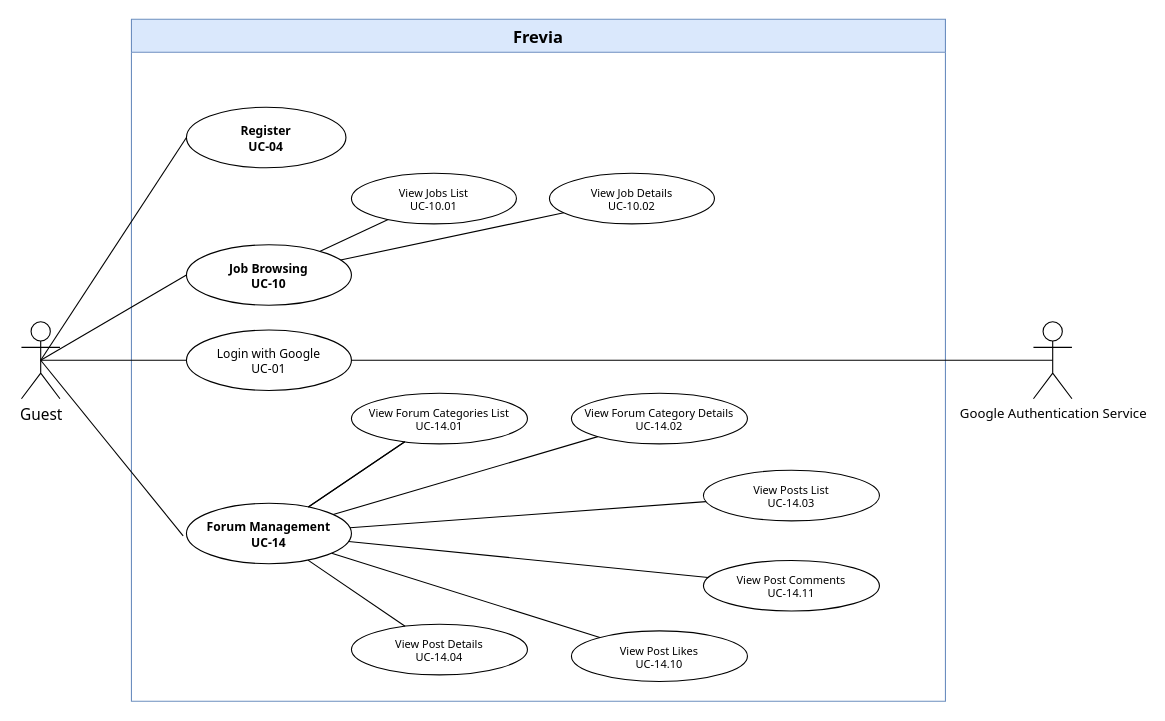
Thunggg/Frevia keeps this draw.io diagram as uc-diagrams/Guest.drawio. Above is the earlier version. Source tidied: cells renumbered, new cells numbered last; positions are measured from the earlier drawing's top-left corner, leaving out a move shared by most shapes. Both pictures are drawn from the tidied source at 110%, with x=0, y=0 at pixel (21, 19).
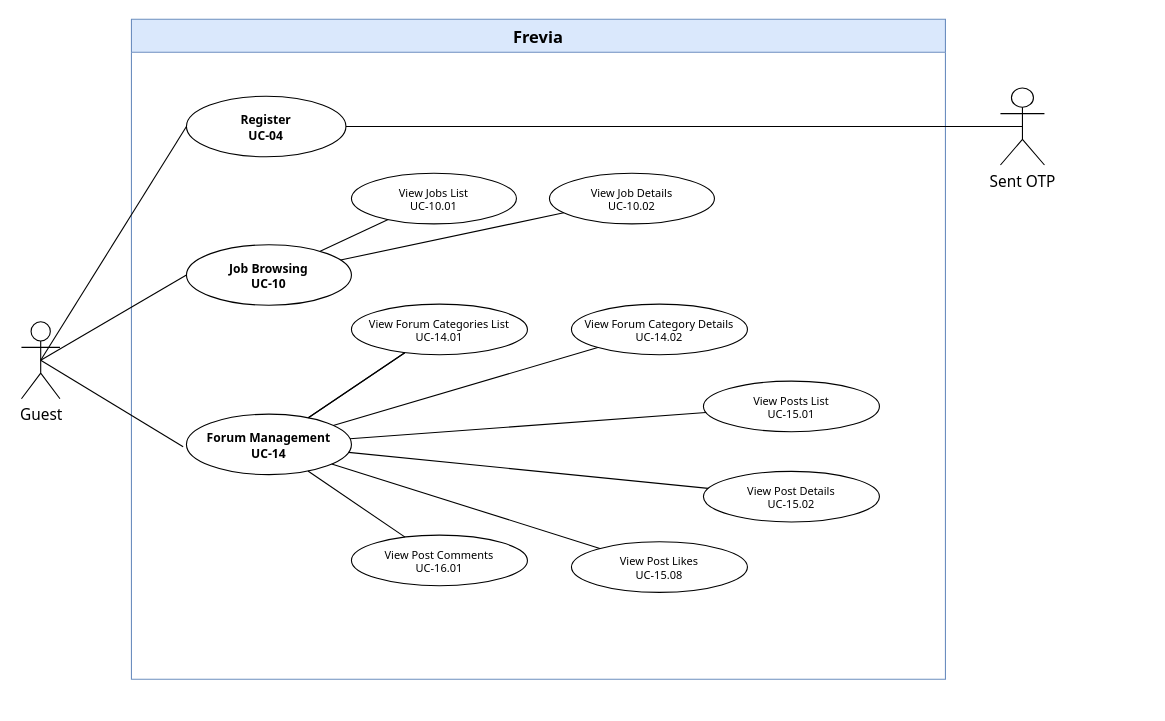
Above is the later version.

Unchanged cells that the change refers to:
```xml
<mxCell id="18" value="Guest" style="shape=umlActor;verticalLabelPosition=bottom;verticalAlign=top;html=1;outlineConnect=0;fontSize=14;fontFamily=Tahoma;" parent="1" vertex="1">
  <mxGeometry y="275" width="35" height="70" as="geometry" />
</mxCell>
```

The edit, as a diff of the source:
```diff
@@
     <mxCell id="2" value="Frevia" style="swimlane;whiteSpace=wrap;html=1;startSize=30;fontSize=15;fontFamily=Tahoma;fontStyle=1;fillColor=#dae8fc;strokeColor=#6c8ebf;" parent="1" vertex="1">
-      <mxGeometry x="100" width="740" height="620" as="geometry" />
+      <mxGeometry x="100" width="740" height="600" as="geometry" />
     </mxCell>
     <mxCell id="3" value="Register&#10;UC-04" style="ellipse;whiteSpace=wrap;html=1;fontSize=11;fontFamily=Tahoma;fontStyle=1;fillColor=#ffffff;strokeColor=#000000;" parent="2" vertex="1">
-      <mxGeometry x="50" y="80" width="145" height="55" as="geometry" />
+      <mxGeometry x="50" y="70" width="145" height="55" as="geometry" />
     </mxCell>
-    <mxCell id="4" value="Login with Google&#10;UC-01" style="ellipse;whiteSpace=wrap;html=1;fontSize=11;fontFamily=Tahoma;fontStyle=0;fillColor=#ffffff;strokeColor=#000000;" parent="2" vertex="1">
-      <mxGeometry x="50" y="282.5" width="150" height="55" as="geometry" />
-    </mxCell>
@@
     <mxCell id="8" value="Forum Management&#10;UC-14" style="ellipse;whiteSpace=wrap;html=1;fontSize=11;fontFamily=Tahoma;fontStyle=1;fillColor=#ffffff;strokeColor=#000000;" parent="2" vertex="1">
-      <mxGeometry x="50" y="440" width="150" height="55" as="geometry" />
+      <mxGeometry x="50" y="359" width="150" height="55" as="geometry" />
     </mxCell>
     <mxCell id="9" value="View Forum Category Details&#10;UC-14.02" style="ellipse;whiteSpace=wrap;html=1;fontSize=10;fontFamily=Tahoma;fillColor=#ffffff;strokeColor=#000000;" parent="2" vertex="1">
-      <mxGeometry x="400" y="340" width="160" height="46" as="geometry" />
+      <mxGeometry x="400" y="259" width="160" height="46" as="geometry" />
     </mxCell>
-    <mxCell id="10" value="View Posts List&#10;UC-14.03" style="ellipse;whiteSpace=wrap;html=1;fontSize=10;fontFamily=Tahoma;fillColor=#ffffff;strokeColor=#000000;" parent="2" vertex="1">
-      <mxGeometry x="520" y="410" width="160" height="46" as="geometry" />
+    <mxCell id="10" value="View Posts List&#10;UC-15.01" style="ellipse;whiteSpace=wrap;html=1;fontSize=10;fontFamily=Tahoma;fillColor=#ffffff;strokeColor=#000000;" parent="2" vertex="1">
+      <mxGeometry x="520" y="329" width="160" height="46" as="geometry" />
     </mxCell>
-    <mxCell id="11" value="View Post Details&#10;UC-14.04" style="ellipse;whiteSpace=wrap;html=1;fontSize=10;fontFamily=Tahoma;fillColor=#ffffff;strokeColor=#000000;" parent="2" vertex="1">
-      <mxGeometry x="200" y="550" width="160" height="46" as="geometry" />
+    <mxCell id="11" value="View Post Comments&#10;UC-16.01" style="ellipse;whiteSpace=wrap;html=1;fontSize=10;fontFamily=Tahoma;fillColor=#ffffff;strokeColor=#000000;" parent="2" vertex="1">
+      <mxGeometry x="200" y="469" width="160" height="46" as="geometry" />
     </mxCell>
-    <mxCell id="12" value="View Post Likes&#10;UC-14.10" style="ellipse;whiteSpace=wrap;html=1;fontSize=10;fontFamily=Tahoma;fillColor=#ffffff;strokeColor=#000000;" parent="2" vertex="1">
-      <mxGeometry x="400" y="556" width="160" height="46" as="geometry" />
+    <mxCell id="12" value="View Post Likes&#10;UC-15.08" style="ellipse;whiteSpace=wrap;html=1;fontSize=10;fontFamily=Tahoma;fillColor=#ffffff;strokeColor=#000000;" parent="2" vertex="1">
+      <mxGeometry x="400" y="475" width="160" height="46" as="geometry" />
     </mxCell>
-    <mxCell id="13" value="View Post Comments&#10;UC-14.11" style="ellipse;whiteSpace=wrap;html=1;fontSize=10;fontFamily=Tahoma;fillColor=#ffffff;strokeColor=#000000;" parent="2" vertex="1">
-      <mxGeometry x="520" y="492" width="160" height="46" as="geometry" />
+    <mxCell id="13" value="View Post Details&#10;UC-15.02" style="ellipse;whiteSpace=wrap;html=1;fontSize=10;fontFamily=Tahoma;fillColor=#ffffff;strokeColor=#000000;" parent="2" vertex="1">
+      <mxGeometry x="520" y="411" width="160" height="46" as="geometry" />
     </mxCell>
@@
     <mxCell id="15" value="View Forum Categories List&#10;UC-14.01" style="ellipse;whiteSpace=wrap;html=1;fontSize=10;fontFamily=Tahoma;fillColor=#ffffff;strokeColor=#000000;" parent="2" vertex="1">
-      <mxGeometry x="200" y="340" width="160" height="46" as="geometry" />
+      <mxGeometry x="200" y="259" width="160" height="46" as="geometry" />
     </mxCell>
@@
-    <mxCell id="20" style="endArrow=none;html=1;rounded=0;fontFamily=Tahoma;fontSize=13;exitX=0.5;exitY=0.5;exitDx=0;exitDy=0;exitPerimeter=0;" parent="1" edge="1" source="18" target="4">
-      <mxGeometry relative="1" as="geometry" />
-    </mxCell>
-    <mxCell id="21" value="Google Authentication Service" style="shape=umlActor;verticalLabelPosition=bottom;verticalAlign=top;html=1;outlineConnect=0;fontSize=12;fontFamily=Tahoma;" parent="1" vertex="1">
-      <mxGeometry x="920" y="275" width="35" height="70" as="geometry" />
-    </mxCell>
-    <mxCell id="22" style="endArrow=none;html=1;rounded=0;fontFamily=Tahoma;fontSize=13;exitX=0.5;exitY=0.5;exitDx=0;exitDy=0;exitPerimeter=0;" parent="1" edge="1" source="21" target="4">
-      <mxGeometry relative="1" as="geometry" />
-    </mxCell>
@@
+    <mxCell id="31" value="Sent OTP" style="shape=umlActor;verticalLabelPosition=bottom;verticalAlign=top;html=1;outlineConnect=0;fontSize=14;fontFamily=Tahoma;" parent="1" vertex="1">
+      <mxGeometry x="890" y="62.5" width="40" height="70" as="geometry" />
+    </mxCell>
+    <mxCell id="32" style="endArrow=none;html=1;rounded=0;fontFamily=Tahoma;fontSize=13;exitX=0.5;exitY=0.5;exitDx=0;exitDy=0;exitPerimeter=0;" parent="1" edge="1" source="31" target="3">
+      <mxGeometry relative="1" as="geometry" />
+    </mxCell>
```
